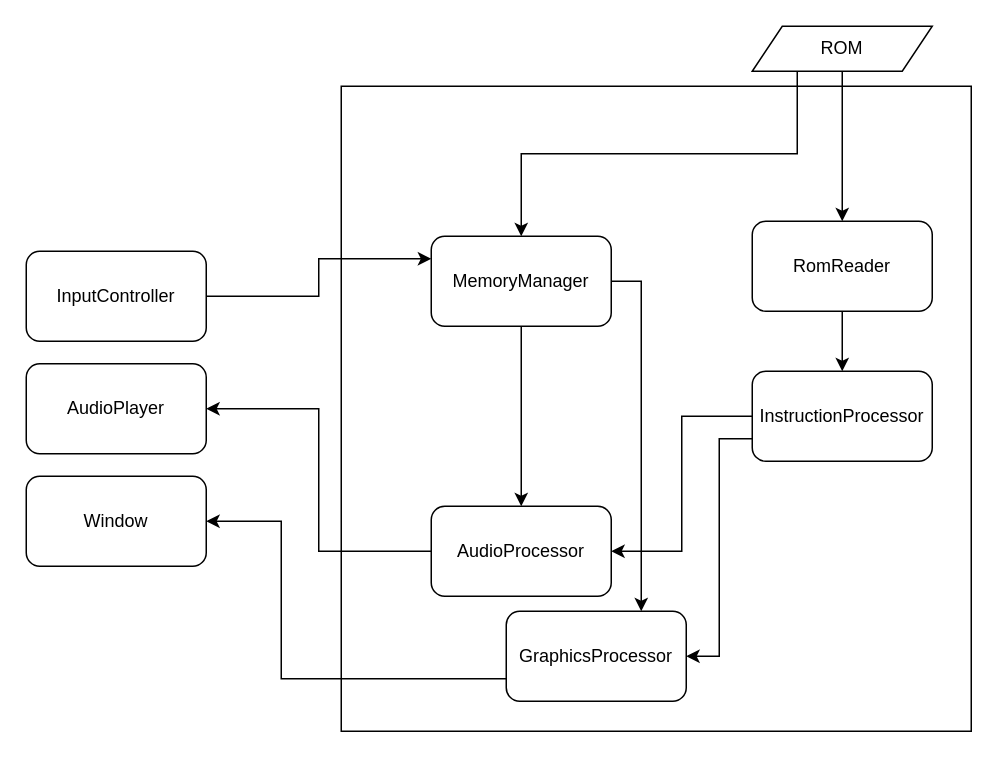
Above: diagram.drawio in hlepps/gebe (draw.io), before the change. Source tidied: cells renumbered, new cells numbered last; positions are measured from the earlier drawing's top-left corner, leaving out a move shared by most shapes. Both pictures are drawn from the tidied source at 150%, with x=0, y=0 at pixel (26, 26).
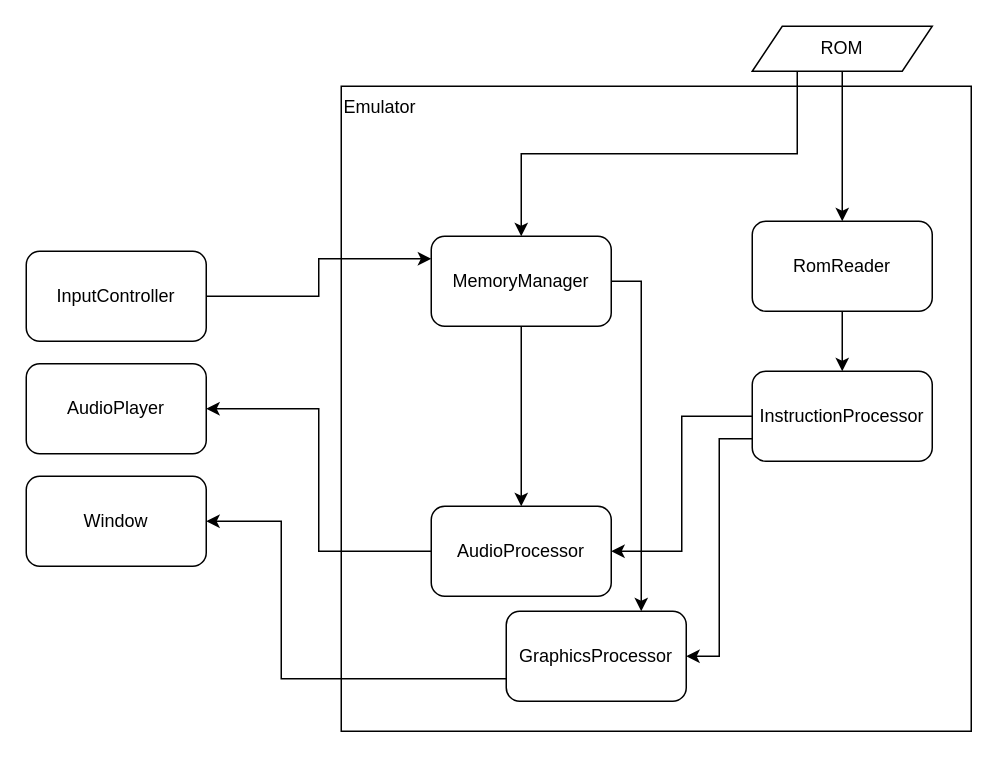
The same page after the edit.

Change to the diagram source:
```diff
@@
-    <mxCell id="2" style="rounded=0;whiteSpace=wrap;html=1;" parent="1" vertex="1">
+    <mxCell id="2" value="Emulator" style="rounded=0;whiteSpace=wrap;html=1;align=left;verticalAlign=top;" parent="1" vertex="1">
       <mxGeometry x="210" y="40" width="420" height="430" as="geometry" />
     </mxCell>
```
